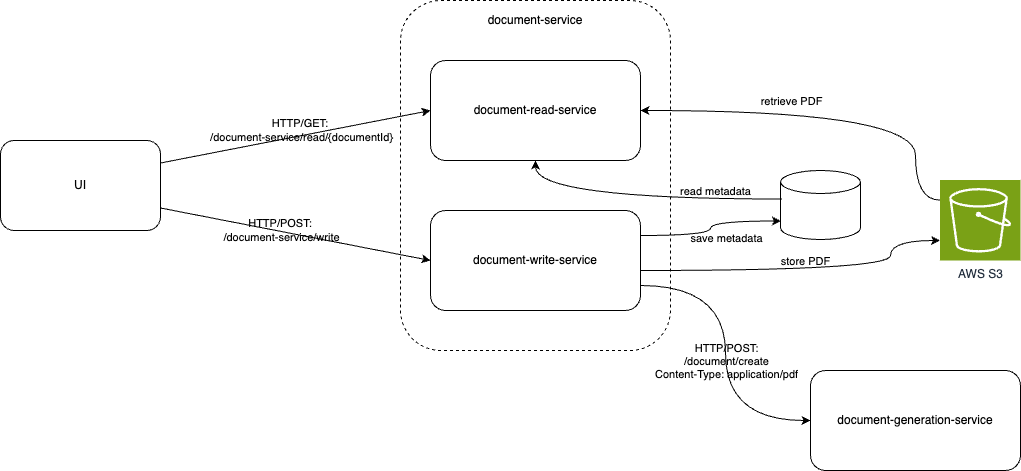
Before: high-level.png, a diagram exported from draw.io (sergejsvisockis/document-service). Source tidied: cells renumbered, new cells last; positions are measured from the earlier drawing's top-left corner, leaving out a move shared by most shapes.
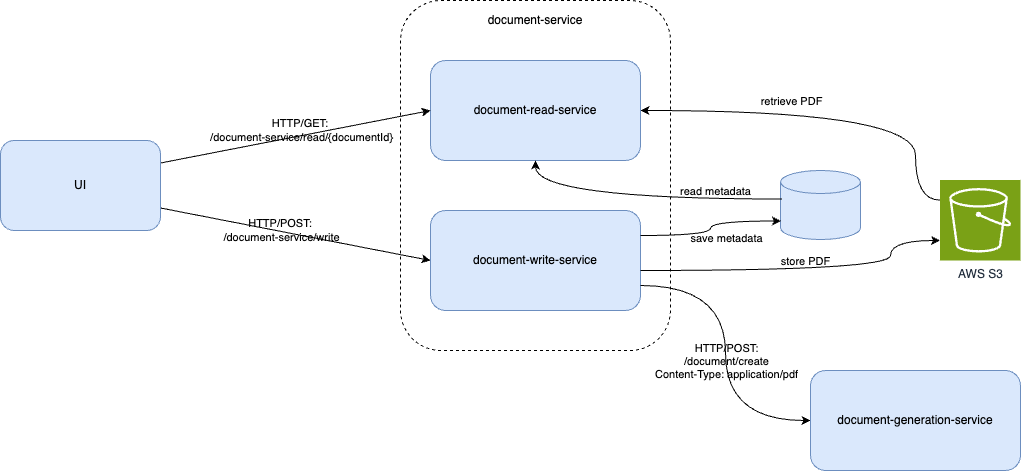
Later version of the same file.

What changed in the source:
```diff
@@ -1,4 +1,4 @@
-<mxGraphModel>
+<mxGraphModel background="#ffffff">
   <root>
     <mxCell id="0" />
     <mxCell id="1" parent="0" />
@@ -30,10 +30,10 @@
     <mxCell id="8" value="AWS S3" style="sketch=0;points=[[0,0,0],[0.25,0,0],[0.5,0,0],[0.75,0,0],[1,0,0],[0,1,0],[0.25,1,0],[0.5,1,0],[0.75,1,0],[1,1,0],[0,0.25,0],[0,0.5,0],[0,0.75,0],[1,0.25,0],[1,0.5,0],[1,0.75,0]];outlineConnect=0;fontColor=#232F3E;fillColor=#7AA116;strokeColor=#ffffff;dashed=0;verticalLabelPosition=bottom;verticalAlign=top;align=center;html=1;fontSize=12;fontStyle=0;shape=mxgraph.aws4.resourceIcon;resIcon=mxgraph.aws4.s3;" parent="1" vertex="1">
       <mxGeometry x="939.5" y="179.5" width="80.5" height="80.5" as="geometry" />
     </mxCell>
-    <mxCell id="9" value="document-read-service" style="rounded=1;whiteSpace=wrap;html=1;" parent="1" vertex="1">
+    <mxCell id="9" value="document-read-service" style="rounded=1;whiteSpace=wrap;html=1;fillColor=#dae8fc;strokeColor=#6c8ebf;" parent="1" vertex="1">
       <mxGeometry x="430" y="60" width="210" height="100" as="geometry" />
     </mxCell>
-    <mxCell id="10" value="document-write-service" style="rounded=1;whiteSpace=wrap;html=1;" parent="1" vertex="1">
+    <mxCell id="10" value="document-write-service" style="rounded=1;whiteSpace=wrap;html=1;fillColor=#dae8fc;strokeColor=#6c8ebf;" parent="1" vertex="1">
       <mxGeometry x="430" y="210" width="210" height="100" as="geometry" />
     </mxCell>
     <mxCell id="11" style="rounded=0;jettySize=auto;html=1;exitX=1;exitY=0.25;exitDx=0;exitDy=0;entryX=0;entryY=0.5;entryDx=0;entryDy=0;" parent="1" edge="1" source="15" target="9">
@@ -50,10 +50,10 @@
     <mxCell id="14" value="&lt;span style=&quot;&quot;&gt;HTTP/POST:&amp;nbsp;&lt;/span&gt;&lt;div style=&quot;&quot;&gt;/document-service/write&lt;/div&gt;" style="edgeLabel;html=1;align=center;verticalAlign=middle;labelBackgroundColor=none;" parent="13" vertex="1">
       <mxGeometry x="-0.1" y="1" relative="1" as="geometry" />
     </mxCell>
-    <mxCell id="15" value="UI" style="rounded=1;whiteSpace=wrap;html=1;" parent="1" vertex="1">
+    <mxCell id="15" value="UI" style="rounded=1;whiteSpace=wrap;html=1;fillColor=#dae8fc;strokeColor=#6c8ebf;" parent="1" vertex="1">
       <mxGeometry y="140" width="160" height="90" as="geometry" />
     </mxCell>
-    <mxCell id="16" style="strokeWidth=1;html=1;shape=mxgraph.flowchart.database;whiteSpace=wrap;" parent="1" vertex="1">
+    <mxCell id="16" style="strokeWidth=1;html=1;shape=mxgraph.flowchart.database;whiteSpace=wrap;fillColor=#dae8fc;strokeColor=#6c8ebf;" parent="1" vertex="1">
       <mxGeometry x="780" y="170" width="80" height="69" as="geometry" />
     </mxCell>
     <mxCell id="17" style="edgeStyle=orthogonalEdgeStyle;rounded=0;jettySize=auto;html=1;curved=1;exitX=1;exitY=0.75;exitDx=0;exitDy=0;entryX=0;entryY=0.5;entryDx=0;entryDy=0;" parent="1" edge="1" source="10" target="19">
@@ -64,7 +64,7 @@
         <mxPoint x="4" y="66" as="offset" />
       </mxGeometry>
     </mxCell>
-    <mxCell id="19" value="document-generation-service" style="rounded=1;whiteSpace=wrap;html=1;" parent="1" vertex="1">
+    <mxCell id="19" value="document-generation-service" style="rounded=1;whiteSpace=wrap;html=1;fillColor=#dae8fc;strokeColor=#6c8ebf;" parent="1" vertex="1">
       <mxGeometry x="810" y="370" width="210" height="100" as="geometry" />
     </mxCell>
     <mxCell id="20" style="edgeStyle=orthogonalEdgeStyle;rounded=0;jettySize=auto;html=1;exitX=1;exitY=0.25;exitDx=0;exitDy=0;entryX=0.006;entryY=0.732;entryDx=0;entryDy=0;entryPerimeter=0;curved=1;" parent="1" edge="1" source="10" target="16">
```
